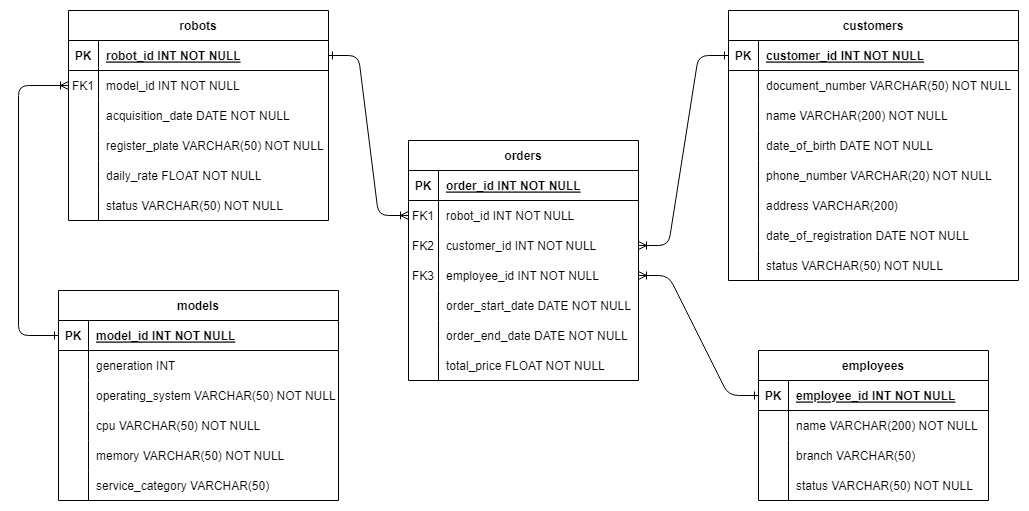
This is references/ER_diagram_robot_renting.png from guilhermedom/robot-renting-data-engineering, a draw.io export, as it was before one commit. Source tidied: cells renumbered, new cells last; positions are measured from the earlier drawing's top-left corner, leaving out a move shared by most shapes.
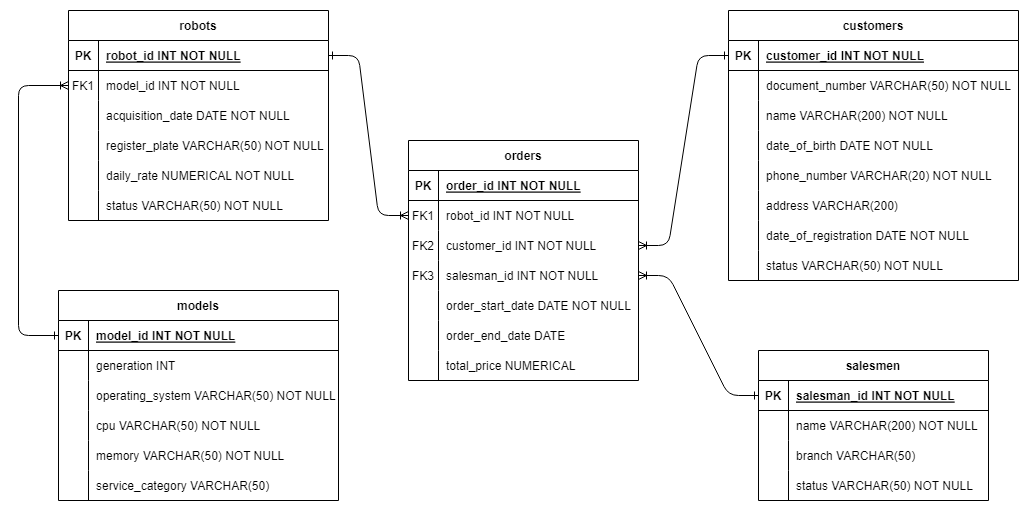
Later version of the same file.

Commit message:
Correct ER diagram for the relational database

What changed in the source:
```diff
@@ -38,7 +38,7 @@
     <mxCell id="13" value="FK3" style="shape=partialRectangle;overflow=hidden;fillColor=none;top=0;left=0;bottom=0;right=0;" parent="12" vertex="1">
       <mxGeometry width="30" height="30" as="geometry" />
     </mxCell>
-    <mxCell id="14" value="employee_id INT NOT NULL" style="shape=partialRectangle;overflow=hidden;fillColor=none;top=0;left=0;bottom=0;right=0;align=left;spacingLeft=6;" parent="12" vertex="1">
+    <mxCell id="14" value="salesman_id INT NOT NULL" style="shape=partialRectangle;overflow=hidden;fillColor=none;top=0;left=0;bottom=0;right=0;align=left;spacingLeft=6;" parent="12" vertex="1">
       <mxGeometry x="30" width="200" height="30" as="geometry" />
     </mxCell>
     <mxCell id="15" style="shape=partialRectangle;fillColor=none;top=0;left=0;right=0;bottom=0;" parent="2" vertex="1">
@@ -56,7 +56,7 @@
     <mxCell id="19" style="shape=partialRectangle;overflow=hidden;fillColor=none;top=0;left=0;bottom=0;right=0;" parent="18" vertex="1">
       <mxGeometry width="30" height="30" as="geometry" />
     </mxCell>
-    <mxCell id="20" value="order_end_date DATE NOT NULL" style="shape=partialRectangle;overflow=hidden;fillColor=none;top=0;left=0;bottom=0;right=0;align=left;spacingLeft=6;" parent="18" vertex="1">
+    <mxCell id="20" value="order_end_date DATE" style="shape=partialRectangle;overflow=hidden;fillColor=none;top=0;left=0;bottom=0;right=0;align=left;spacingLeft=6;" parent="18" vertex="1">
       <mxGeometry x="30" width="200" height="30" as="geometry" />
     </mxCell>
     <mxCell id="21" style="shape=partialRectangle;fillColor=none;top=0;left=0;right=0;bottom=0;" parent="2" vertex="1">
@@ -65,10 +65,10 @@
     <mxCell id="22" style="shape=partialRectangle;overflow=hidden;fillColor=none;top=0;left=0;bottom=0;right=0;" parent="21" vertex="1">
       <mxGeometry width="30" height="30" as="geometry" />
     </mxCell>
-    <mxCell id="23" value="total_price FLOAT NOT NULL" style="shape=partialRectangle;overflow=hidden;fillColor=none;top=0;left=0;bottom=0;right=0;align=left;spacingLeft=6;" parent="21" vertex="1">
+    <mxCell id="23" value="total_price NUMERICAL" style="shape=partialRectangle;overflow=hidden;fillColor=none;top=0;left=0;bottom=0;right=0;align=left;spacingLeft=6;" parent="21" vertex="1">
       <mxGeometry x="30" width="200" height="30" as="geometry" />
     </mxCell>
-    <mxCell id="24" value="employees" style="shape=table;startSize=30;rowLines=0;fontStyle=1;align=center;" parent="1" vertex="1">
+    <mxCell id="24" value="salesmen" style="shape=table;startSize=30;rowLines=0;fontStyle=1;align=center;" parent="1" vertex="1">
       <mxGeometry x="740" y="340" width="230" height="150" as="geometry" />
     </mxCell>
     <mxCell id="25" style="shape=partialRectangle;fillColor=none;points=[[0,0.5],[1,0.5]];portConstraint=eastwest;top=0;left=0;right=0;bottom=1;" parent="24" vertex="1">
@@ -77,7 +77,7 @@
     <mxCell id="26" value="PK" style="shape=partialRectangle;overflow=hidden;fillColor=none;top=0;left=0;bottom=0;right=0;fontStyle=1;" parent="25" vertex="1">
       <mxGeometry width="30" height="30" as="geometry" />
     </mxCell>
-    <mxCell id="27" value="employee_id INT NOT NULL " style="shape=partialRectangle;overflow=hidden;fillColor=none;top=0;left=0;bottom=0;right=0;align=left;spacingLeft=6;fontStyle=5;" parent="25" vertex="1">
+    <mxCell id="27" value="salesman_id INT NOT NULL " style="shape=partialRectangle;overflow=hidden;fillColor=none;top=0;left=0;bottom=0;right=0;align=left;spacingLeft=6;fontStyle=5;" parent="25" vertex="1">
       <mxGeometry x="30" width="200" height="30" as="geometry" />
     </mxCell>
     <mxCell id="28" style="shape=partialRectangle;fillColor=none;top=0;left=0;right=0;bottom=0;" parent="24" vertex="1">
@@ -152,7 +152,7 @@
     <mxCell id="51" style="shape=partialRectangle;overflow=hidden;fillColor=none;top=0;left=0;bottom=0;right=0;" parent="50" vertex="1">
       <mxGeometry width="30" height="30" as="geometry" />
     </mxCell>
-    <mxCell id="52" value="daily_rate FLOAT NOT NULL" style="shape=partialRectangle;overflow=hidden;fillColor=none;top=0;left=0;bottom=0;right=0;align=left;spacingLeft=6;" parent="50" vertex="1">
+    <mxCell id="52" value="daily_rate NUMERICAL NOT NULL" style="shape=partialRectangle;overflow=hidden;fillColor=none;top=0;left=0;bottom=0;right=0;align=left;spacingLeft=6;" parent="50" vertex="1">
       <mxGeometry x="30" width="230" height="30" as="geometry" />
     </mxCell>
     <mxCell id="53" style="shape=partialRectangle;fillColor=none;top=0;left=0;right=0;bottom=0;" parent="37" vertex="1">
```
